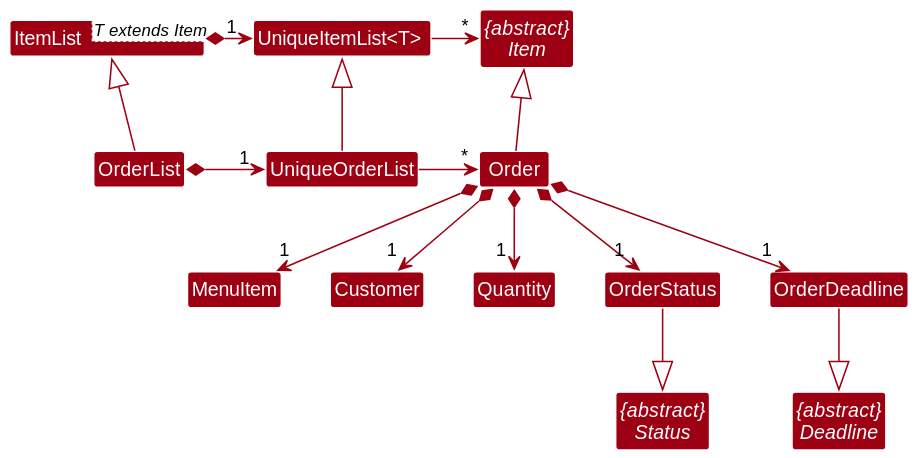
Before: docs/images/OrderClassDiagram.svg, a diagram exported from PlantUML (nus-cs2103-AY2223S2/tp).
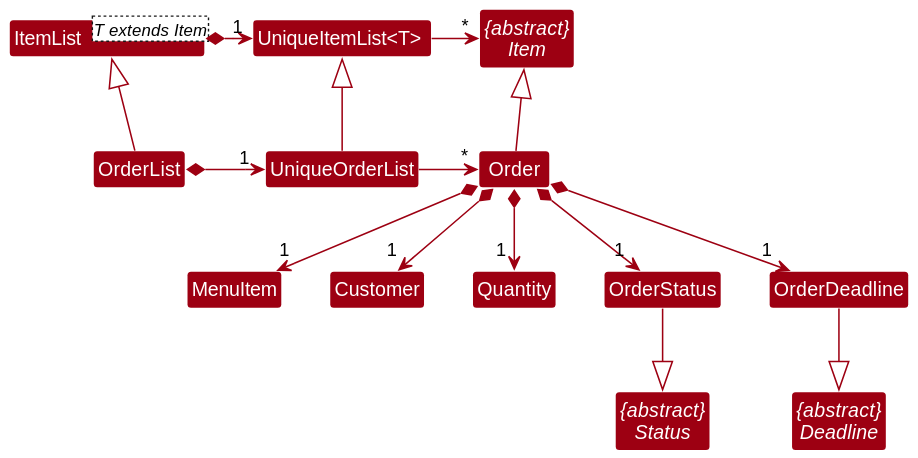
Later version of the same file.

What changed in the source:
```diff
@@ -24,7 +24,7 @@
 Class ItemList<T extends Item>
 
 
-ItemList *--r> "1 " UniqueItemList
+ItemList *--r> "1" UniqueItemList
 UniqueItemList -r>"*" Item
 
 OrderList *--r> "1 " UniqueOrderList
```
